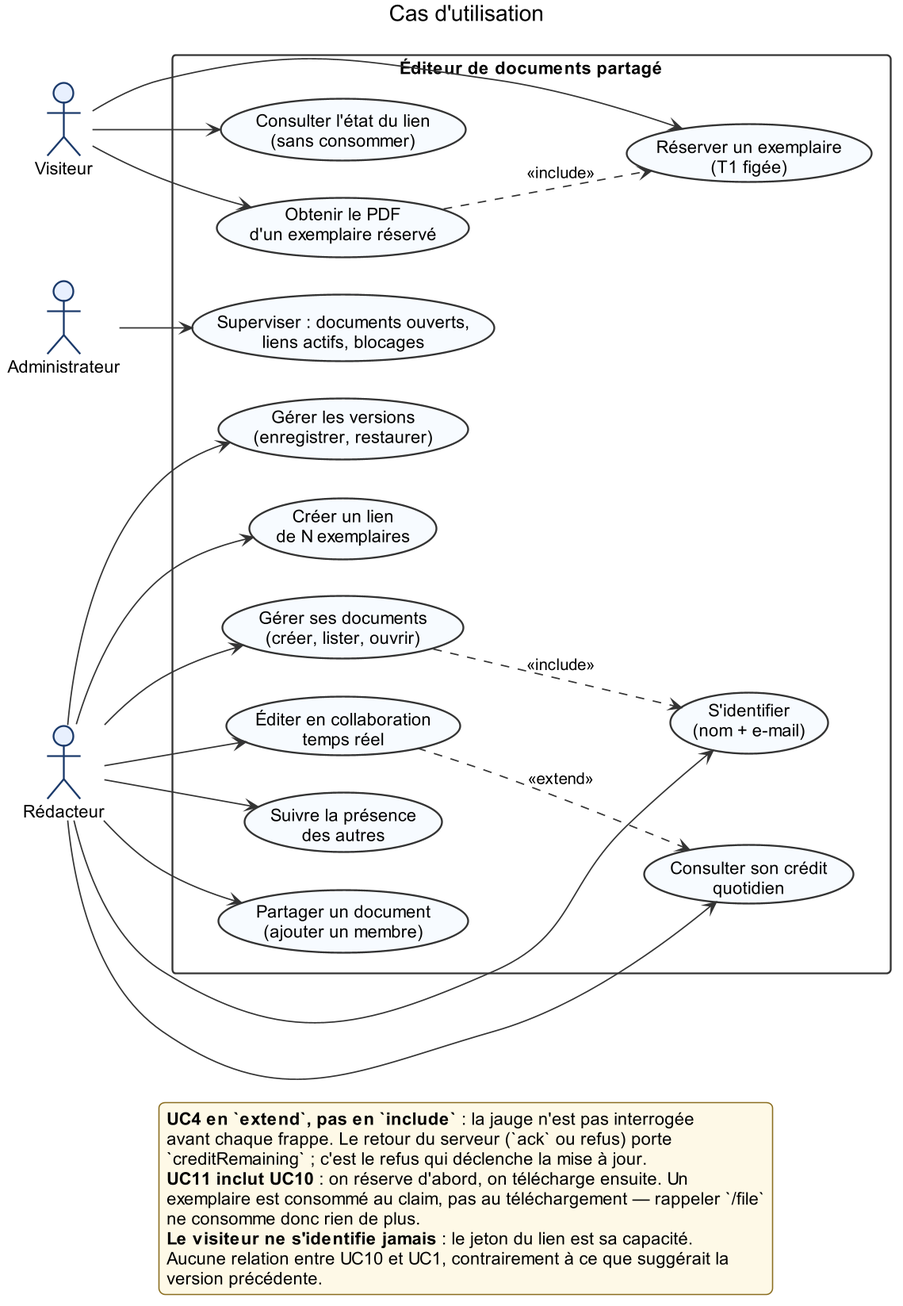
Earlier version of the PlantUML export docs/diagrammes-conception/png/05-cas-utilisation.png (Djusse/Editeur_Partag-). Its source is kept beside it as docs/diagrammes-conception/puml/05-cas-utilisation.puml. The source it was exported from:
```plantuml
@startuml

skinparam {
  dpi 150
  defaultFontName Arial
  shadowing false
  roundcorner 6
  ArrowColor #333333
  ArrowThickness 1.1
  BackgroundColor white
  actorBorderColor #1B3A6B
  actorBackgroundColor #E8F0FE
  usecaseBorderColor #333333
  usecaseBackgroundColor #F7FBFF
  rectangleBorderColor #333333
  rectangleBackgroundColor white
  nodesep 30
  ranksep 50
  legendBackgroundColor #FEF9E7
  legendBorderColor #8A6D1F
}

title Cas d'utilisation

left to right direction

actor Rédacteur as R
actor Visiteur as V
actor Administrateur as A

rectangle "Éditeur de documents partagé" {
  usecase "S'identifier\n(nom + e-mail)" as UC1

  usecase "Gérer ses documents\n(créer, lister, ouvrir)" as UC2
  usecase "Éditer en collaboration\ntemps réel" as UC3
  usecase "Suivre la présence\ndes autres" as UC5
  usecase "Partager un document\n(ajouter un membre)" as UC6
  usecase "Gérer les versions\n(enregistrer, restaurer)" as UC7
  usecase "Créer un lien\nde N exemplaires" as UC8
  usecase "Consulter son crédit\nquotidien" as UC4

  usecase "Consulter l'état du lien\n(sans consommer)" as UC9
  usecase "Réserver un exemplaire\n(T1 figée)" as UC10
  usecase "Obtenir le PDF\nd'un exemplaire réservé" as UC11

  usecase "Superviser : documents ouverts,\nliens actifs, blocages" as UC12
}

R --> UC1
R --> UC2
R --> UC3
R --> UC5
R --> UC6
R --> UC7
R --> UC8
R --> UC4

V --> UC9
V --> UC10
V --> UC11

A --> UC12

UC2 ..> UC1 : <<include>>
UC3 ..> UC4 : <<extend>>
UC11 ..> UC10 : <<include>>

legend bottom
  <b>UC4 en `extend`, pas en `include`</b> : la jauge n'est pas interrogée
  avant chaque frappe. Le retour du serveur (`ack` ou refus) porte
  `creditRemaining` ; c'est le refus qui déclenche la mise à jour.
  <b>UC11 inclut UC10</b> : on réserve d'abord, on télécharge ensuite. Un
  exemplaire est consommé au claim, pas au téléchargement — rappeler `/file`
  ne consomme donc rien de plus.
  <b>Le visiteur ne s'identifie jamais</b> : le jeton du lien est sa capacité.
  Aucune relation entre UC10 et UC1, contrairement à ce que suggérait la
  version précédente.
endlegend

@enduml
```
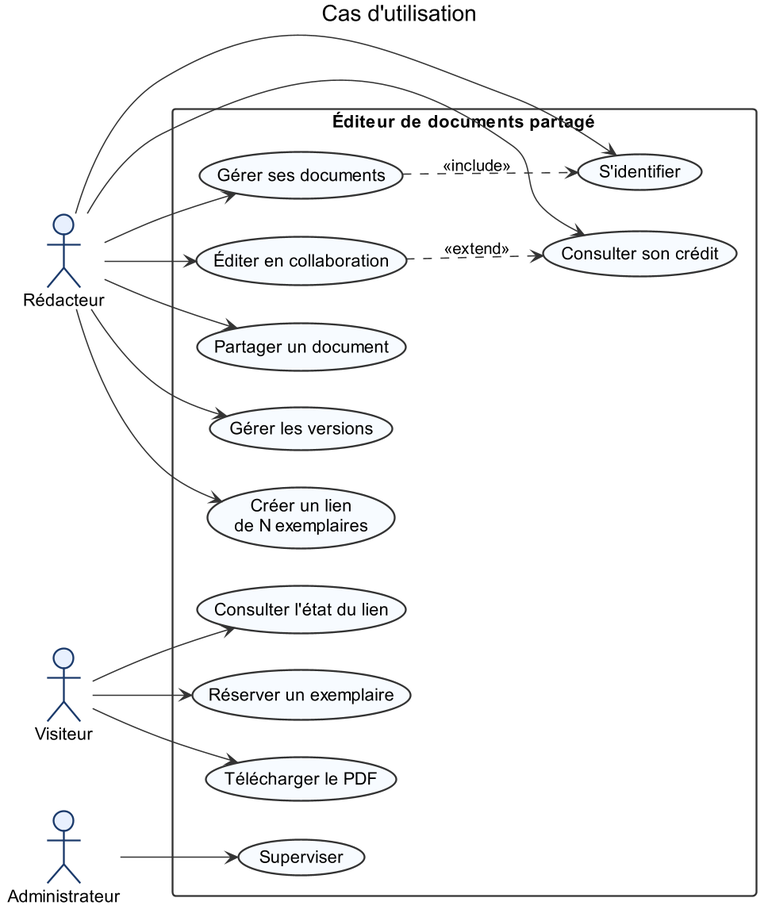
After the change.

Change to the diagram source:
```diff
@@ -6,18 +6,14 @@
   shadowing false
   roundcorner 6
   ArrowColor #333333
-  ArrowThickness 1.1
   BackgroundColor white
   actorBorderColor #1B3A6B
   actorBackgroundColor #E8F0FE
   usecaseBorderColor #333333
   usecaseBackgroundColor #F7FBFF
   rectangleBorderColor #333333
-  rectangleBackgroundColor white
   nodesep 30
   ranksep 50
-  legendBackgroundColor #FEF9E7
-  legendBorderColor #8A6D1F
 }
 
 title Cas d'utilisation
@@ -29,27 +25,24 @@
 actor Administrateur as A
 
 rectangle "Éditeur de documents partagé" {
-  usecase "S'identifier\n(nom + e-mail)" as UC1
+  usecase "S'identifier" as UC1
+  usecase "Gérer ses documents" as UC2
+  usecase "Éditer en collaboration" as UC3
+  usecase "Partager un document" as UC6
+  usecase "Gérer les versions" as UC7
+  usecase "Créer un lien\nde N exemplaires" as UC8
+  usecase "Consulter son crédit" as UC4
 
-  usecase "Gérer ses documents\n(créer, lister, ouvrir)" as UC2
-  usecase "Éditer en collaboration\ntemps réel" as UC3
-  usecase "Suivre la présence\ndes autres" as UC5
-  usecase "Partager un document\n(ajouter un membre)" as UC6
-  usecase "Gérer les versions\n(enregistrer, restaurer)" as UC7
-  usecase "Créer un lien\nde N exemplaires" as UC8
-  usecase "Consulter son crédit\nquotidien" as UC4
+  usecase "Consulter l'état du lien" as UC9
+  usecase "Réserver un exemplaire" as UC10
+  usecase "Télécharger le PDF" as UC11
 
-  usecase "Consulter l'état du lien\n(sans consommer)" as UC9
-  usecase "Réserver un exemplaire\n(T1 figée)" as UC10
-  usecase "Obtenir le PDF\nd'un exemplaire réservé" as UC11
-
-  usecase "Superviser : documents ouverts,\nliens actifs, blocages" as UC12
+  usecase "Superviser" as UC12
 }
 
 R --> UC1
 R --> UC2
 R --> UC3
-R --> UC5
 R --> UC6
 R --> UC7
 R --> UC8
@@ -63,18 +56,5 @@
 
 UC2 ..> UC1 : <<include>>
 UC3 ..> UC4 : <<extend>>
-UC11 ..> UC10 : <<include>>
-
-legend bottom
-  <b>UC4 en `extend`, pas en `include`</b> : la jauge n'est pas interrogée
-  avant chaque frappe. Le retour du serveur (`ack` ou refus) porte
-  `creditRemaining` ; c'est le refus qui déclenche la mise à jour.
-  <b>UC11 inclut UC10</b> : on réserve d'abord, on télécharge ensuite. Un
-  exemplaire est consommé au claim, pas au téléchargement — rappeler `/file`
-  ne consomme donc rien de plus.
-  <b>Le visiteur ne s'identifie jamais</b> : le jeton du lien est sa capacité.
-  Aucune relation entre UC10 et UC1, contrairement à ce que suggérait la
-  version précédente.
-endlegend
 
 @enduml
```
